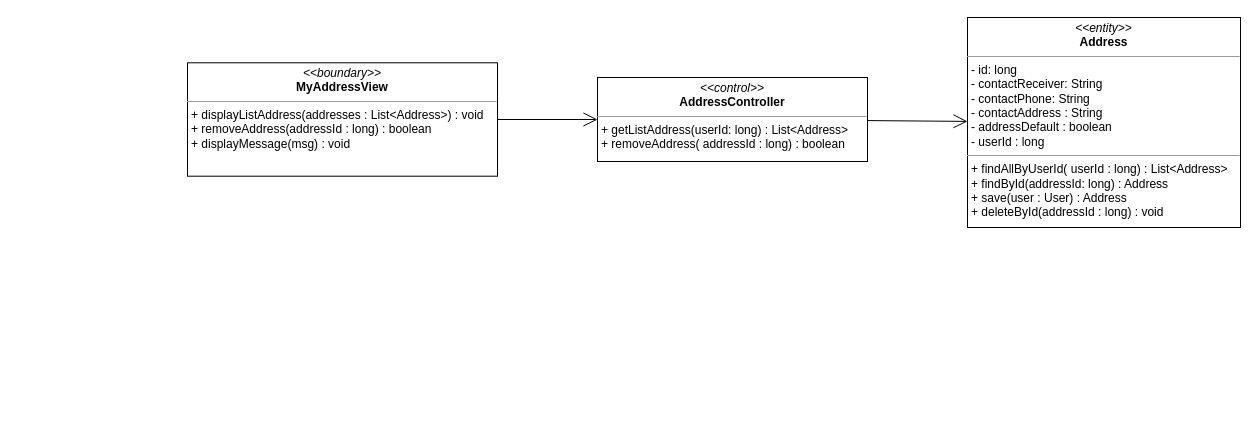
Before: class diagram/delete-address-class-diagram.drawio in nguyenphamvan/datn_20202, a draw.io diagram. Source tidied: cells renumbered, new cells numbered last; positions are measured from the earlier drawing's top-left corner, leaving out a move shared by most shapes. Both pictures are drawn from the tidied source at 100%, with x=0, y=0 at pixel (187, 17).
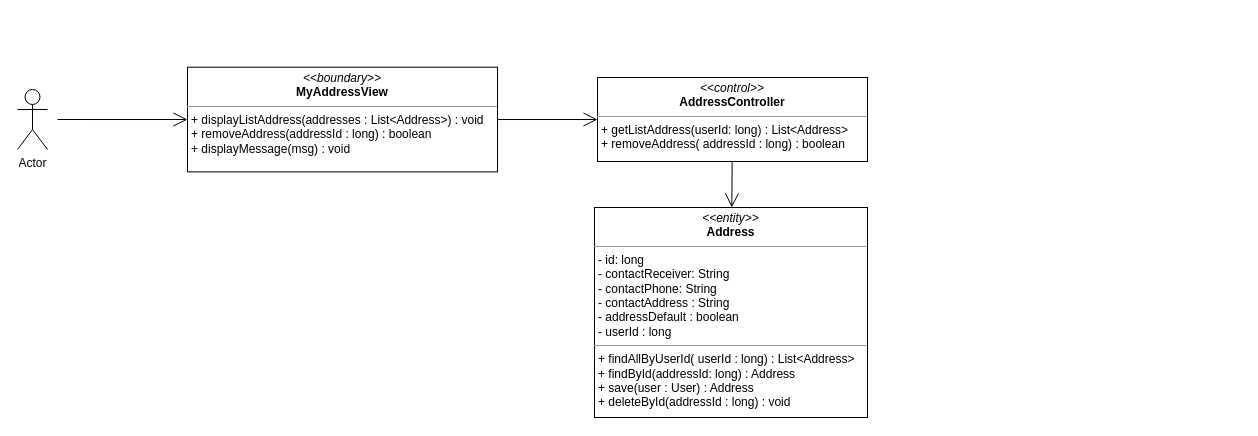
The same diagram, later.

What changed in the source:
```diff
@@
 <mxGraphModel>
   <root>
     <mxCell id="0" />
     <mxCell id="1" parent="0" />
     <mxCell id="2" style="endArrow=open;endFill=1;endSize=12;html=1;" parent="1" edge="1" source="6" target="4">
       <mxGeometry relative="1" as="geometry" />
     </mxCell>
     <mxCell id="3" value="&lt;p style=&quot;margin: 0px ; margin-top: 4px ; text-align: center&quot;&gt;&lt;i&gt;&amp;lt;&amp;lt;entity&amp;gt;&amp;gt;&lt;/i&gt;&lt;br&gt;&lt;b&gt;Address&lt;/b&gt;&lt;/p&gt;&lt;hr size=&quot;1&quot;&gt;&lt;p style=&quot;margin: 0px ; margin-left: 4px&quot;&gt;- id: long&lt;/p&gt;&lt;p style=&quot;margin: 0px ; margin-left: 4px&quot;&gt;- contactReceiver: String&lt;br&gt;- contactPhone: String&lt;/p&gt;&lt;p style=&quot;margin: 0px ; margin-left: 4px&quot;&gt;- contactAddress : String&lt;/p&gt;&lt;p style=&quot;margin: 0px ; margin-left: 4px&quot;&gt;- addressDefault : boolean&lt;/p&gt;&lt;p style=&quot;margin: 0px ; margin-left: 4px&quot;&gt;- userId : long&lt;/p&gt;&lt;hr size=&quot;1&quot;&gt;&lt;p style=&quot;margin: 0px 0px 0px 4px&quot;&gt;+ findAllByUserId( userId : long) : List&amp;lt;Address&amp;gt;&lt;/p&gt;&lt;p style=&quot;margin: 0px 0px 0px 4px&quot;&gt;+ findById(addressId: long) : Address&lt;/p&gt;&lt;p style=&quot;margin: 0px 0px 0px 4px&quot;&gt;+ save(user : User) : Address&lt;/p&gt;&lt;p style=&quot;margin: 0px ; margin-left: 4px&quot;&gt;+ deleteById(addressId : long) : void&lt;/p&gt;" style="verticalAlign=top;align=left;overflow=fill;fontSize=12;fontFamily=Helvetica;html=1;" parent="1" vertex="1">
-      <mxGeometry x="780" width="273" height="210" as="geometry" />
+      <mxGeometry x="407" y="190" width="273" height="210" as="geometry" />
     </mxCell>
     <mxCell id="4" value="&lt;p style=&quot;margin: 0px ; margin-top: 4px ; text-align: center&quot;&gt;&lt;i&gt;&amp;lt;&amp;lt;control&amp;gt;&amp;gt;&lt;/i&gt;&lt;br&gt;&lt;b&gt;AddressController&lt;/b&gt;&lt;br&gt;&lt;/p&gt;&lt;hr size=&quot;1&quot;&gt;&lt;p style=&quot;margin: 0px ; margin-left: 4px&quot;&gt;&lt;/p&gt;&lt;p style=&quot;margin: 0px 0px 0px 4px&quot;&gt;+ getListAddress(userId: long) : List&amp;lt;Address&amp;gt;&lt;/p&gt;&lt;p style=&quot;margin: 0px 0px 0px 4px&quot;&gt;+ removeAddress( addressId : long) : boolean&lt;/p&gt;" style="verticalAlign=top;align=left;overflow=fill;fontSize=12;fontFamily=Helvetica;html=1;" parent="1" vertex="1">
       <mxGeometry x="410" y="60" width="270" height="84" as="geometry" />
     </mxCell>
     <mxCell id="5" style="endArrow=open;endFill=1;endSize=12;html=1;" parent="1" edge="1" source="4" target="3">
       <mxGeometry relative="1" as="geometry" />
     </mxCell>
     <mxCell id="6" value="&lt;p style=&quot;margin: 0px ; margin-top: 4px ; text-align: center&quot;&gt;&lt;i&gt;&amp;lt;&amp;lt;boundary&amp;gt;&amp;gt;&lt;/i&gt;&lt;br&gt;&lt;b&gt;MyAddressView&lt;/b&gt;&lt;/p&gt;&lt;hr size=&quot;1&quot;&gt;&lt;p style=&quot;margin: 0px ; margin-left: 4px&quot;&gt;&lt;span&gt;+ displayListAddress(addresses : List&amp;lt;Address&amp;gt;) : void&lt;/span&gt;&lt;/p&gt;&lt;p style=&quot;margin: 0px 0px 0px 4px&quot;&gt;+ removeAddress(addressId : long) : boolean&lt;/p&gt;&lt;p style=&quot;margin: 0px 0px 0px 4px&quot;&gt;+ displayMessage(msg) : void&lt;/p&gt;" style="verticalAlign=top;align=left;overflow=fill;fontSize=12;fontFamily=Helvetica;html=1;" parent="1" vertex="1">
-      <mxGeometry y="45.3" width="310" height="113.4" as="geometry" />
+      <mxGeometry y="49.7" width="310" height="104.7" as="geometry" />
     </mxCell>
+    <mxCell id="7" value="Actor" style="shape=umlActor;verticalLabelPosition=bottom;verticalAlign=top;html=1;" parent="1" vertex="1">
+      <mxGeometry x="-170" y="72" width="30" height="60" as="geometry" />
+    </mxCell>
+    <mxCell id="8" style="endArrow=open;endFill=1;endSize=12;html=1;" parent="1" edge="1" target="6">
+      <mxGeometry relative="1" as="geometry">
+        <mxPoint x="-130" y="102" as="sourcePoint" />
+      </mxGeometry>
+    </mxCell>
   </root>
 </mxGraphModel>
```
